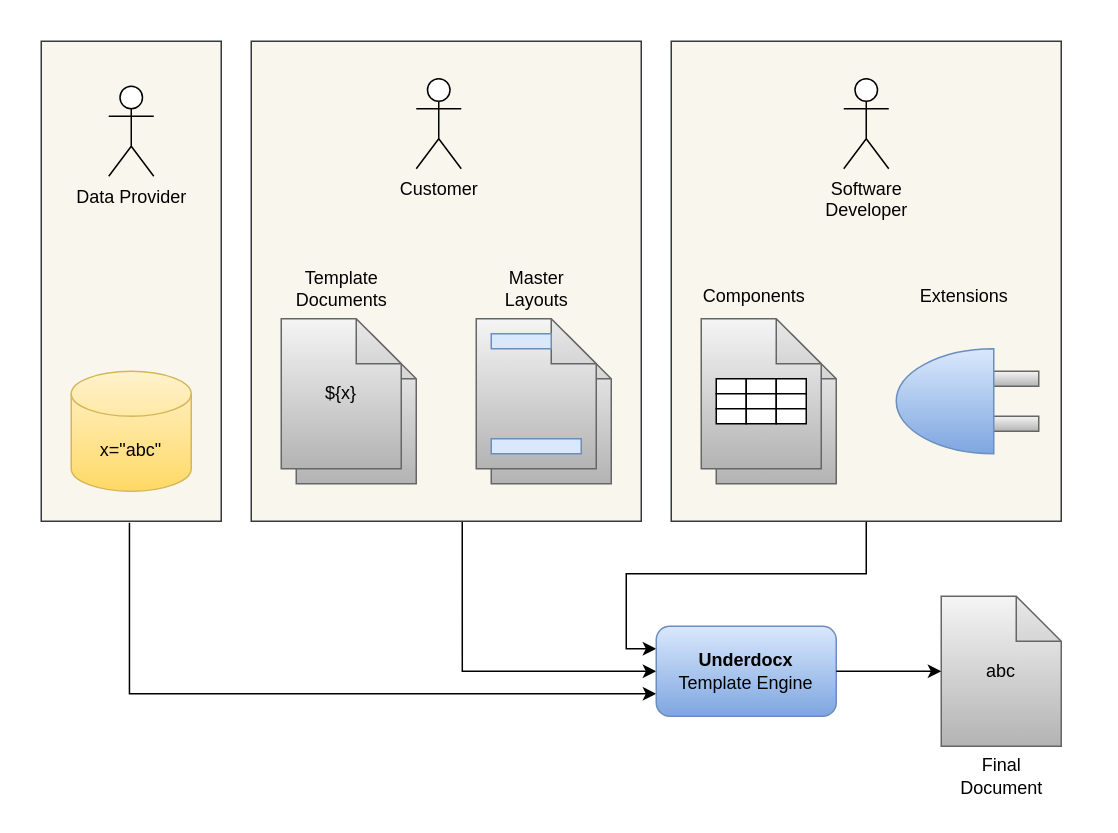
Earlier version of the draw.io diagram doc/images/sources/templateengine_roles2.drawio (Khraahn/underdocx). Source tidied: cells renumbered, new cells numbered last; positions are measured from the earlier drawing's top-left corner, leaving out a move shared by most shapes. Both pictures are drawn from the tidied source at 150%, with x=0, y=0 at pixel (40, 40).
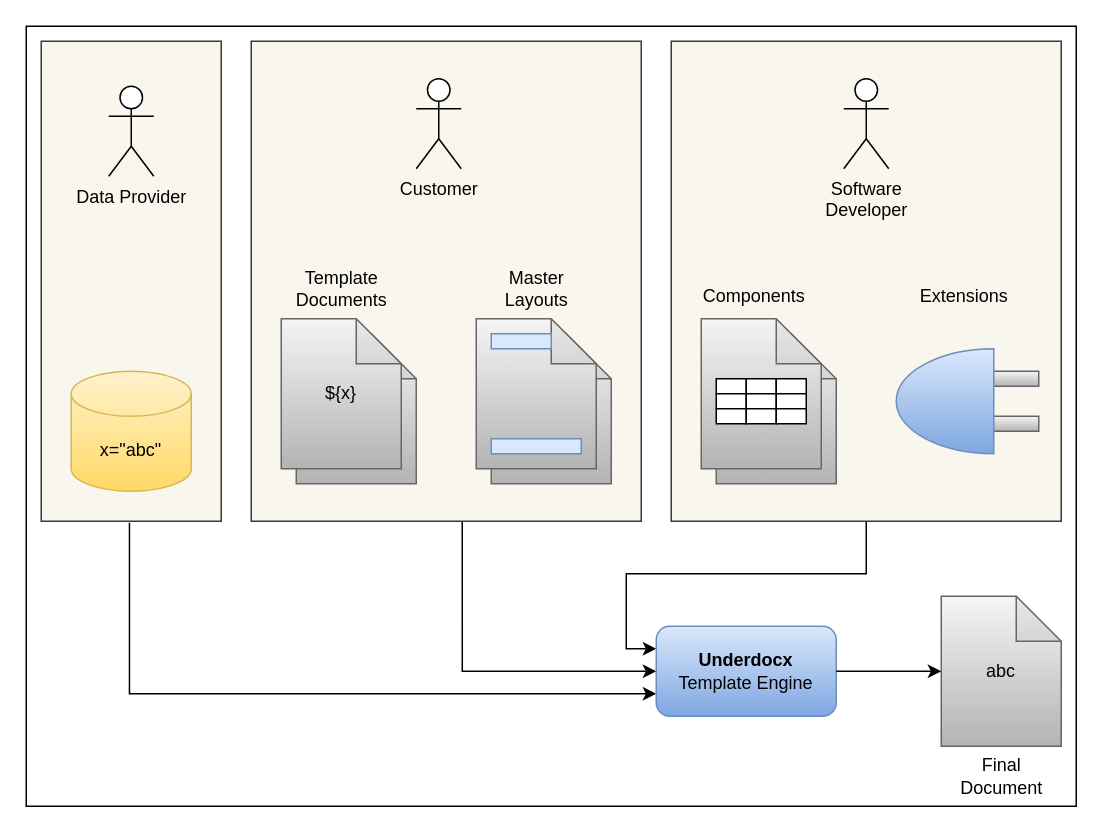
Above is the later version.

The edit, as a diff of the source:
```diff
@@
+    <mxCell id="40" style="rounded=0;whiteSpace=wrap;html=1;" parent="1" vertex="1">
+      <mxGeometry x="-10" y="-10" width="700" height="520" as="geometry" />
+    </mxCell>
```
